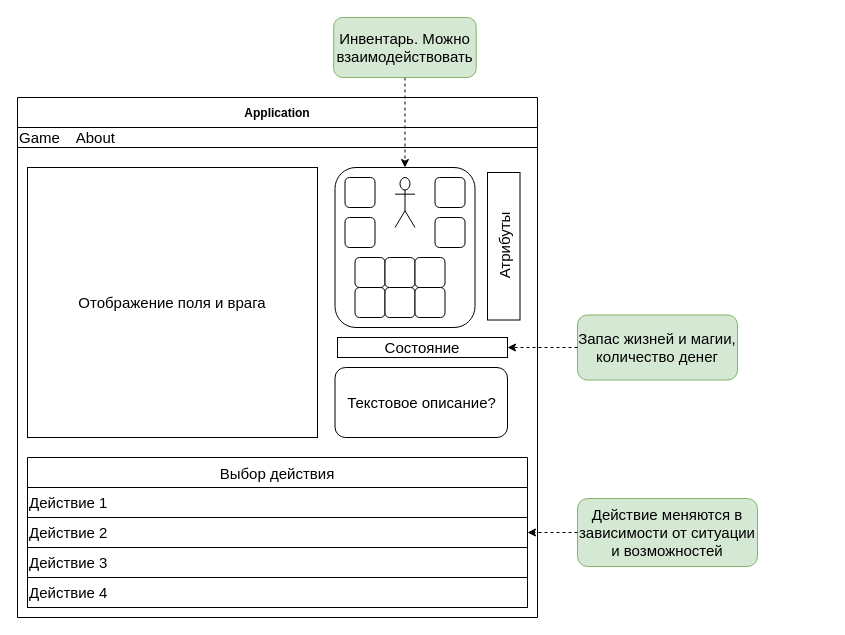
The draw.io diagram page "Interface_2" (5 of 5) of reports/SP_9304.drawio in mirrin00/RBTGame, before the edit. Source tidied: cells renumbered, new cells numbered last; positions are measured from the earlier drawing's top-left corner, leaving out a move shared by most shapes. Both pictures are drawn from the tidied source at 100%, with x=0, y=0 at pixel (17, 17).
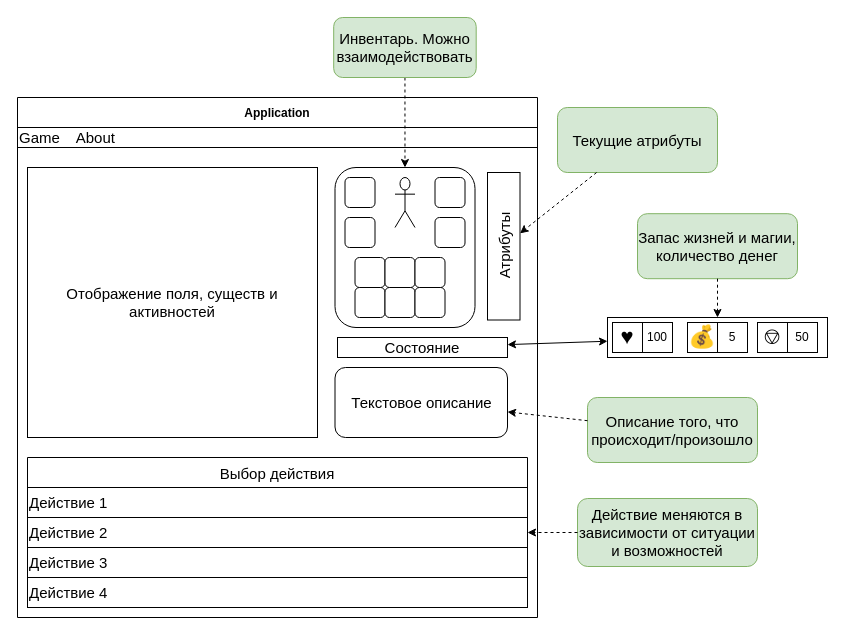
After the change.

Unchanged cells that the change refers to:
```xml
<mxCell id="2" value="Application" style="swimlane;startSize=30;" parent="1" vertex="1">
  <mxGeometry y="80" width="520" height="520" as="geometry" />
</mxCell>
<mxCell id="24" value="Состояние" style="rounded=0;whiteSpace=wrap;html=1;fontSize=15;align=center;" parent="2" vertex="1">
  <mxGeometry x="320" y="240" width="170" height="20" as="geometry" />
</mxCell>
<mxCell id="25" value="Атрибуты" style="rounded=0;whiteSpace=wrap;html=1;fontSize=15;align=center;sketch=0;direction=east;rotation=270;" parent="2" vertex="1">
  <mxGeometry x="412.5" y="132.5" width="147.5" height="32.5" as="geometry" />
</mxCell>
```

What changed in the source:
```diff
@@
-    <mxCell id="4" value="Отображение поля и врага" style="rounded=0;whiteSpace=wrap;html=1;fontSize=15;align=center;" parent="2" vertex="1">
+    <mxCell id="4" value="Отображение поля, существ и активностей" style="rounded=0;whiteSpace=wrap;html=1;fontSize=15;align=center;" parent="2" vertex="1">
       <mxGeometry x="10" y="70" width="290" height="270" as="geometry" />
     </mxCell>
@@
-    <mxCell id="18" value="Текстовое описание?" style="rounded=1;whiteSpace=wrap;html=1;fontSize=15;align=center;" parent="2" vertex="1">
+    <mxCell id="18" value="Текстовое описание" style="rounded=1;whiteSpace=wrap;html=1;fontSize=15;align=center;" parent="2" vertex="1">
       <mxGeometry x="317.5" y="270" width="172.5" height="70" as="geometry" />
     </mxCell>
@@
     <mxCell id="28" value="Запас жизней и магии, количество денег" style="rounded=1;whiteSpace=wrap;html=1;fontSize=15;align=center;fillColor=#d5e8d4;strokeColor=#82b366;" parent="1" vertex="1">
-      <mxGeometry x="560" y="297.5" width="160" height="65" as="geometry" />
+      <mxGeometry x="620" y="196.2" width="160" height="65" as="geometry" />
     </mxCell>
-    <mxCell id="29" style="endArrow=classic;html=1;fontSize=15;dashed=1;" parent="1" edge="1" source="28" target="24">
+    <mxCell id="29" style="endArrow=classic;html=1;fontSize=15;dashed=1;" parent="1" edge="1" source="28" target="37">
       <mxGeometry relative="1" as="geometry" />
     </mxCell>
@@
+    <mxCell id="32" value="Текущие атрибуты" style="rounded=1;whiteSpace=wrap;html=1;fontSize=15;align=center;fillColor=#d5e8d4;strokeColor=#82b366;" parent="1" vertex="1">
+      <mxGeometry x="540" y="90" width="160" height="65" as="geometry" />
+    </mxCell>
+    <mxCell id="33" style="endArrow=classic;html=1;fontSize=15;dashed=1;" parent="1" edge="1" source="32" target="25">
+      <mxGeometry relative="1" as="geometry" />
+    </mxCell>
+    <mxCell id="34" value="Описание того, что происходит/произошло" style="rounded=1;whiteSpace=wrap;html=1;fontSize=15;align=center;fillColor=#d5e8d4;strokeColor=#82b366;" parent="1" vertex="1">
+      <mxGeometry x="570" y="380" width="170" height="65" as="geometry" />
+    </mxCell>
+    <mxCell id="35" style="endArrow=classic;html=1;fontSize=15;dashed=1;" parent="1" edge="1" source="34" target="18">
+      <mxGeometry relative="1" as="geometry" />
+    </mxCell>
+    <mxCell id="36" style="endArrow=classic;startArrow=classic;html=1;" parent="1" edge="1" source="24" target="37">
+      <mxGeometry relative="1" as="geometry" />
+    </mxCell>
+    <mxCell id="37" style="rounded=0;whiteSpace=wrap;html=1;fontSize=15;align=center;" parent="1" vertex="1">
+      <mxGeometry x="590" y="300" width="220" height="40" as="geometry" />
+    </mxCell>
+    <mxCell id="38" value="♥" style="whiteSpace=wrap;html=1;fontSize=22;" parent="1" vertex="1">
+      <mxGeometry x="595" y="305" width="30" height="30" as="geometry" />
+    </mxCell>
+    <mxCell id="39" value="100" style="whiteSpace=wrap;html=1;" parent="1" vertex="1">
+      <mxGeometry x="625" y="305" width="30" height="30" as="geometry" />
+    </mxCell>
+    <mxCell id="40" value="&lt;span class=&quot;box&quot;&gt;💰&lt;/span&gt;" style="whiteSpace=wrap;html=1;fontSize=22;" parent="1" vertex="1">
+      <mxGeometry x="670" y="305" width="30" height="30" as="geometry" />
+    </mxCell>
+    <mxCell id="41" value="5" style="whiteSpace=wrap;html=1;" parent="1" vertex="1">
+      <mxGeometry x="700" y="305" width="30" height="30" as="geometry" />
+    </mxCell>
+    <mxCell id="42" value="⎊" style="whiteSpace=wrap;html=1;fontSize=22;" parent="1" vertex="1">
+      <mxGeometry x="740" y="305" width="30" height="30" as="geometry" />
+    </mxCell>
+    <mxCell id="43" value="50" style="whiteSpace=wrap;html=1;" parent="1" vertex="1">
+      <mxGeometry x="770" y="305" width="30" height="30" as="geometry" />
+    </mxCell>
```
